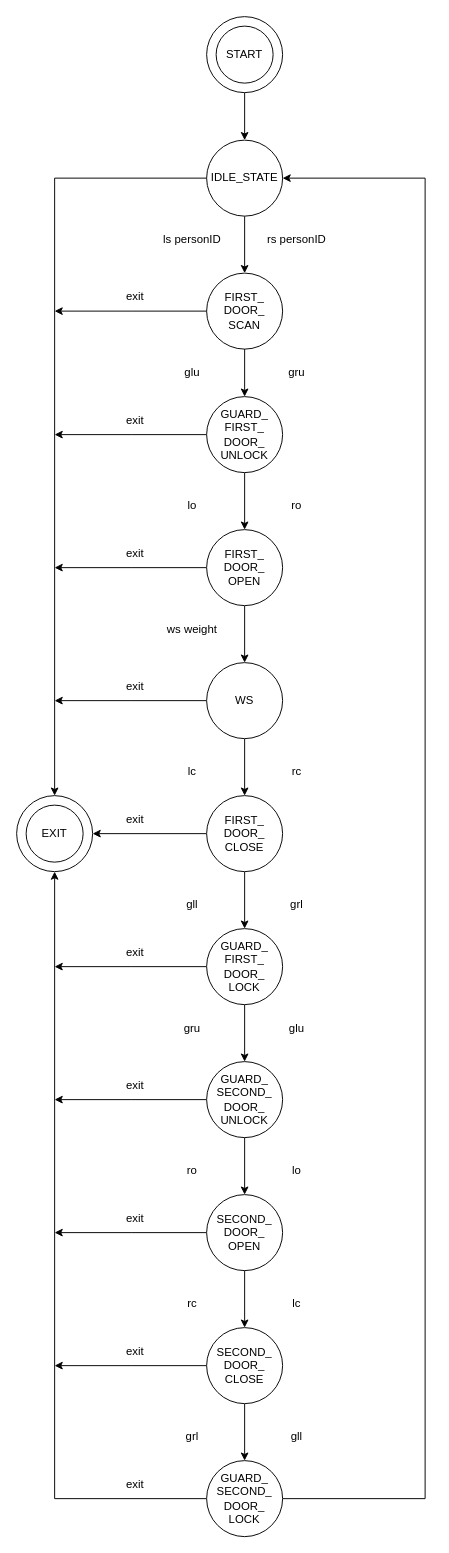
hphamPotat/CST8244_Assign1 keeps this draw.io diagram as Optimized State Diagram.drawio. Above is the earlier version. Source tidied: cells renumbered, new cells numbered last; positions are measured from the earlier drawing's top-left corner, leaving out a move shared by most shapes. Both pictures are drawn from the tidied source at 95%, with x=0, y=0 at pixel (16, 16).
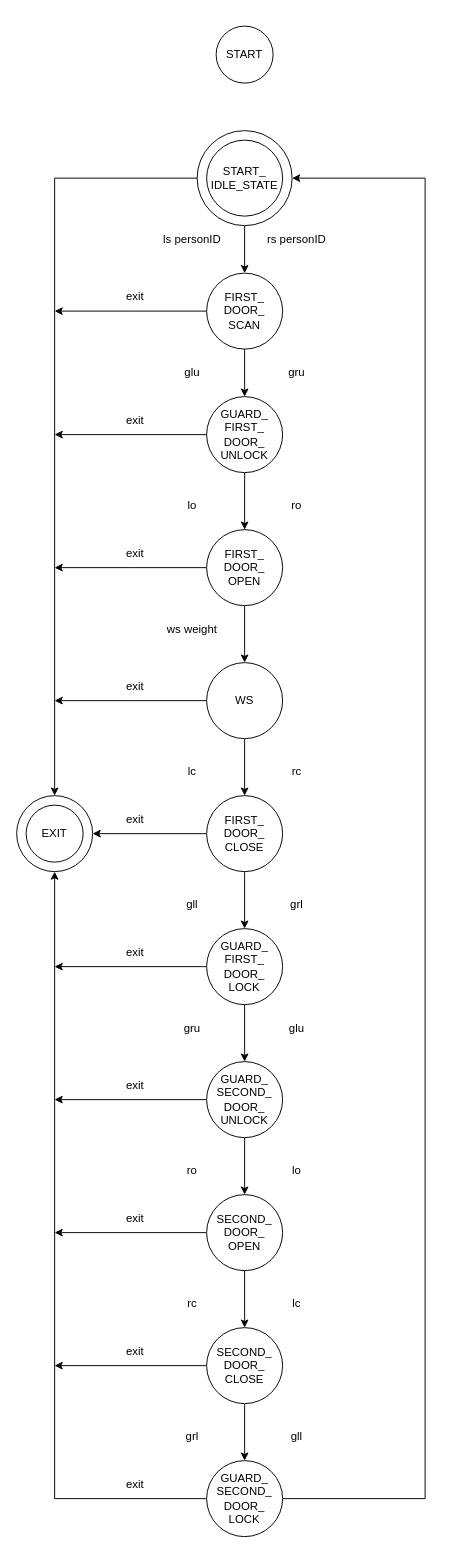
Above is the later version.

Commit message:
update state diagram

Unchanged cells that the change refers to:
```xml
<mxCell id="7" value="FIRST_&lt;br&gt;DOOR_&lt;br&gt;SCAN" style="ellipse;whiteSpace=wrap;html=1;" parent="1" vertex="1">
  <mxGeometry x="200" y="270" width="80" height="80" as="geometry" />
</mxCell>
<mxCell id="51" value="GUARD_&lt;br&gt;SECOND_&lt;br&gt;DOOR_&lt;br&gt;LOCK" style="ellipse;whiteSpace=wrap;html=1;" parent="1" vertex="1">
  <mxGeometry x="200" y="1520" width="80" height="80" as="geometry" />
</mxCell>
<mxCell id="57" style="ellipse;whiteSpace=wrap;html=1;" parent="1" vertex="1">
  <mxGeometry y="820" width="80" height="80" as="geometry" />
</mxCell>
```

The edit, as a diff of the source:
```diff
@@
-    <mxCell id="2" style="edgeStyle=orthogonalEdgeStyle;rounded=0;jettySize=auto;html=1;" parent="1" edge="1" source="3" target="56">
-      <mxGeometry relative="1" as="geometry" />
-    </mxCell>
     <mxCell id="3" style="ellipse;whiteSpace=wrap;html=1;" parent="1" vertex="1">
-      <mxGeometry x="200" width="80" height="80" as="geometry" />
+      <mxGeometry x="190" y="120" width="100" height="100" as="geometry" />
     </mxCell>
@@
-    <mxCell id="49" style="edgeStyle=orthogonalEdgeStyle;rounded=0;jettySize=auto;html=1;exitX=1;exitY=0.5;exitDx=0;exitDy=0;entryX=1;entryY=0.5;entryDx=0;entryDy=0;" parent="1" edge="1" source="51" target="56">
+    <mxCell id="49" style="edgeStyle=orthogonalEdgeStyle;rounded=0;jettySize=auto;html=1;exitX=1;exitY=0.5;exitDx=0;exitDy=0;entryX=1;entryY=0.5;entryDx=0;entryDy=0;" parent="1" edge="1" source="51" target="3">
       <mxGeometry relative="1" as="geometry">
         <Array as="points">
           <mxPoint x="430" y="1560" />
           <mxPoint x="430" y="170" />
         </Array>
       </mxGeometry>
     </mxCell>
@@
-    <mxCell id="54" style="edgeStyle=orthogonalEdgeStyle;rounded=0;jettySize=auto;html=1;" parent="1" edge="1" source="56" target="7">
+    <mxCell id="54" style="edgeStyle=orthogonalEdgeStyle;rounded=0;jettySize=auto;html=1;exitX=0.5;exitY=1;exitDx=0;exitDy=0;" parent="1" edge="1" source="3" target="7">
       <mxGeometry relative="1" as="geometry" />
     </mxCell>
-    <mxCell id="55" style="edgeStyle=orthogonalEdgeStyle;rounded=0;jettySize=auto;html=1;exitX=0;exitY=0.5;exitDx=0;exitDy=0;entryX=0.5;entryY=0;entryDx=0;entryDy=0;" parent="1" edge="1" source="56" target="57">
+    <mxCell id="55" style="edgeStyle=orthogonalEdgeStyle;rounded=0;jettySize=auto;html=1;entryX=0.5;entryY=0;entryDx=0;entryDy=0;exitX=0;exitY=0.5;exitDx=0;exitDy=0;" parent="1" edge="1" source="3" target="57">
       <mxGeometry relative="1" as="geometry" />
     </mxCell>
-    <mxCell id="56" value="IDLE_STATE" style="ellipse;whiteSpace=wrap;html=1;" parent="1" vertex="1">
+    <mxCell id="56" value="&lt;div&gt;START_&lt;/div&gt;&lt;div&gt;IDLE_STATE&lt;/div&gt;" style="ellipse;whiteSpace=wrap;html=1;" parent="1" vertex="1">
       <mxGeometry x="200" y="130" width="80" height="80" as="geometry" />
     </mxCell>
```
